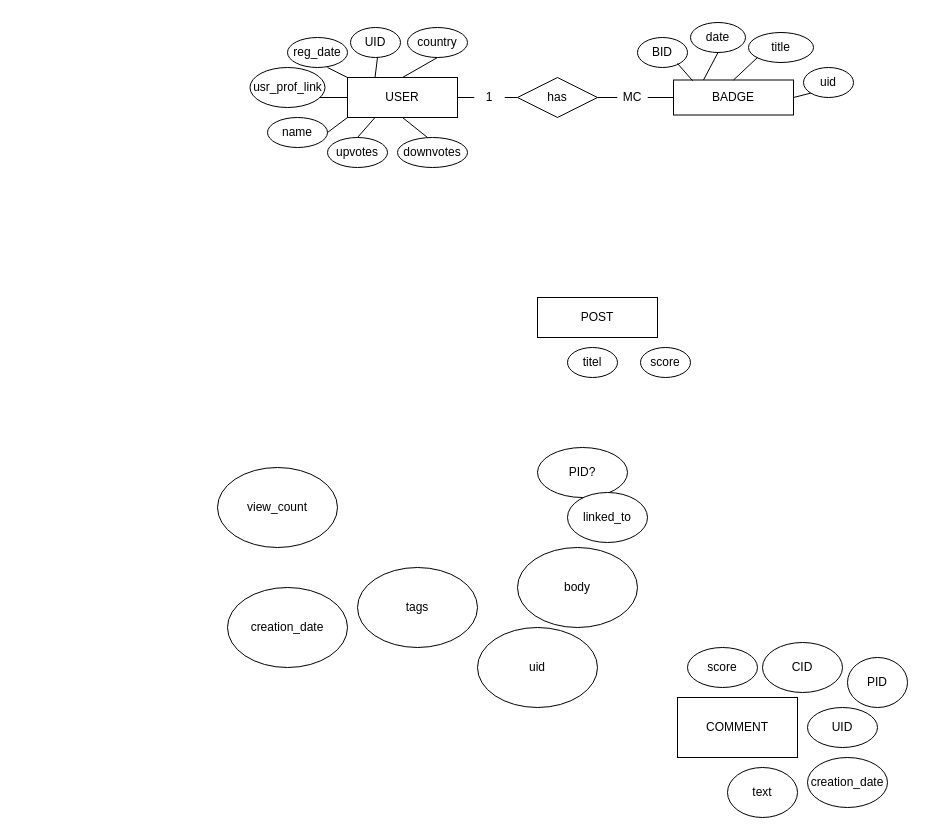
Before: Untitled Diagram.drawio in TrueMage/draw, a draw.io diagram. Source tidied: cells renumbered, new cells numbered last; positions are measured from the earlier drawing's top-left corner, leaving out a move shared by most shapes. Both pictures are drawn from the tidied source at 100%, with x=0, y=0 at pixel (217, 22).
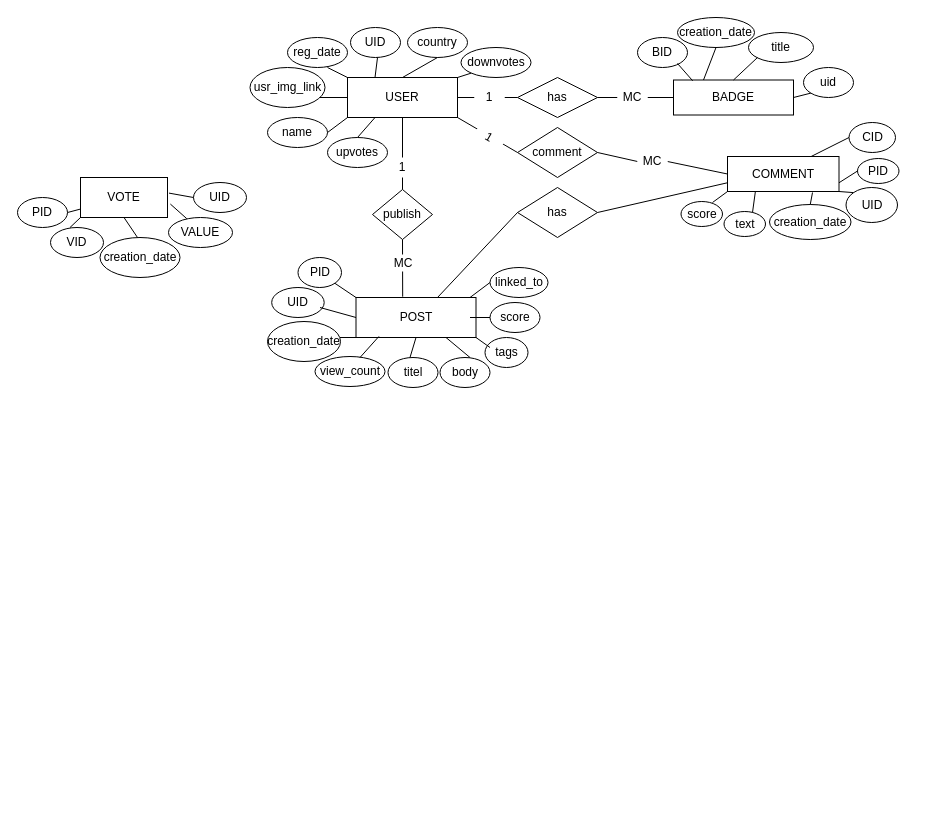
The same diagram, later.

Unchanged cells that the change refers to:
```xml
<mxCell id="2" value="&lt;div&gt;USER&lt;/div&gt;" style="rounded=0;whiteSpace=wrap;html=1;" parent="1" vertex="1">
  <mxGeometry x="130" y="55" width="110" height="40" as="geometry" />
</mxCell>
```

What changed in the source:
```diff
@@
-    <mxCell id="7" value="&lt;div&gt;usr_prof_link&lt;/div&gt;" style="ellipse;whiteSpace=wrap;html=1;" parent="1" vertex="1">
+    <mxCell id="7" value="&lt;div&gt;usr_img_link&lt;/div&gt;" style="ellipse;whiteSpace=wrap;html=1;" parent="1" vertex="1">
       <mxGeometry x="32.5" y="45" width="75" height="40" as="geometry" />
     </mxCell>
@@
     <mxCell id="9" value="downvotes" style="ellipse;whiteSpace=wrap;html=1;" parent="1" vertex="1">
-      <mxGeometry x="180" y="115" width="70" height="30" as="geometry" />
+      <mxGeometry x="243.5" y="25" width="70" height="30" as="geometry" />
     </mxCell>
@@
-    <mxCell id="13" value="date" style="ellipse;whiteSpace=wrap;html=1;" parent="1" vertex="1">
-      <mxGeometry x="473" width="55" height="30" as="geometry" />
+    <mxCell id="13" value="creation_date" style="ellipse;whiteSpace=wrap;html=1;" parent="1" vertex="1">
+      <mxGeometry x="460" y="-5" width="77" height="30" as="geometry" />
     </mxCell>
@@
     <mxCell id="15" value="POST" style="rounded=0;whiteSpace=wrap;html=1;" parent="1" vertex="1">
-      <mxGeometry x="320" y="275" width="120" height="40" as="geometry" />
+      <mxGeometry x="138.5" y="275" width="120" height="40" as="geometry" />
     </mxCell>
-    <mxCell id="16" value="PID?" style="ellipse;whiteSpace=wrap;html=1;" parent="1" vertex="1">
-      <mxGeometry x="320" y="425" width="90" height="50" as="geometry" />
+    <mxCell id="16" value="PID" style="ellipse;whiteSpace=wrap;html=1;" parent="1" vertex="1">
+      <mxGeometry x="80.5" y="235" width="43.5" height="30" as="geometry" />
     </mxCell>
     <mxCell id="17" value="titel" style="ellipse;whiteSpace=wrap;html=1;" parent="1" vertex="1">
-      <mxGeometry x="350" y="325" width="50" height="30" as="geometry" />
+      <mxGeometry x="170.5" y="335" width="50" height="30" as="geometry" />
     </mxCell>
     <mxCell id="18" value="body" style="ellipse;whiteSpace=wrap;html=1;" parent="1" vertex="1">
-      <mxGeometry x="300" y="525" width="120" height="80" as="geometry" />
+      <mxGeometry x="222.5" y="335" width="50" height="30" as="geometry" />
     </mxCell>
     <mxCell id="19" value="tags" style="ellipse;whiteSpace=wrap;html=1;" parent="1" vertex="1">
-      <mxGeometry x="140" y="545" width="120" height="80" as="geometry" />
+      <mxGeometry x="267.5" y="315" width="43" height="30" as="geometry" />
     </mxCell>
     <mxCell id="20" value="view_count" style="ellipse;whiteSpace=wrap;html=1;" parent="1" vertex="1">
-      <mxGeometry y="445" width="120" height="80" as="geometry" />
+      <mxGeometry x="97.5" y="334" width="70" height="30" as="geometry" />
     </mxCell>
     <mxCell id="21" value="creation_date" style="ellipse;whiteSpace=wrap;html=1;" parent="1" vertex="1">
-      <mxGeometry x="10" y="565" width="120" height="80" as="geometry" />
+      <mxGeometry x="50" y="299" width="73" height="40" as="geometry" />
     </mxCell>
     <mxCell id="22" value="score" style="ellipse;whiteSpace=wrap;html=1;" parent="1" vertex="1">
-      <mxGeometry x="423" y="325" width="50" height="30" as="geometry" />
+      <mxGeometry x="272.5" y="280" width="50" height="30" as="geometry" />
     </mxCell>
-    <mxCell id="23" value="uid" style="ellipse;whiteSpace=wrap;html=1;" parent="1" vertex="1">
-      <mxGeometry x="260" y="605" width="120" height="80" as="geometry" />
+    <mxCell id="23" value="UID" style="ellipse;whiteSpace=wrap;html=1;" parent="1" vertex="1">
+      <mxGeometry x="54.2" y="265" width="52.5" height="30" as="geometry" />
     </mxCell>
     <mxCell id="24" value="linked_to" style="ellipse;whiteSpace=wrap;html=1;" parent="1" vertex="1">
-      <mxGeometry x="350" y="470" width="80" height="50" as="geometry" />
+      <mxGeometry x="272.5" y="245" width="58" height="30" as="geometry" />
     </mxCell>
     <mxCell id="25" value="COMMENT" style="rounded=0;whiteSpace=wrap;html=1;" parent="1" vertex="1">
-      <mxGeometry x="460" y="675" width="120" height="60" as="geometry" />
+      <mxGeometry x="510" y="134" width="111.5" height="35" as="geometry" />
     </mxCell>
     <mxCell id="26" value="&lt;div&gt;CID&lt;/div&gt;" style="ellipse;whiteSpace=wrap;html=1;" parent="1" vertex="1">
-      <mxGeometry x="545" y="620" width="80" height="50" as="geometry" />
+      <mxGeometry x="631.5" y="100" width="46.5" height="30" as="geometry" />
     </mxCell>
     <mxCell id="27" value="PID" style="ellipse;whiteSpace=wrap;html=1;" parent="1" vertex="1">
-      <mxGeometry x="630" y="635" width="60" height="50" as="geometry" />
+      <mxGeometry x="640" y="136" width="41.5" height="25" as="geometry" />
     </mxCell>
     <mxCell id="28" value="text" style="ellipse;whiteSpace=wrap;html=1;" parent="1" vertex="1">
-      <mxGeometry x="510" y="745" width="70" height="50" as="geometry" />
+      <mxGeometry x="506.5" y="189" width="41.5" height="25" as="geometry" />
     </mxCell>
     <mxCell id="29" value="UID" style="ellipse;whiteSpace=wrap;html=1;" parent="1" vertex="1">
-      <mxGeometry x="590" y="685" width="70" height="40" as="geometry" />
+      <mxGeometry x="628.5" y="165" width="51.5" height="35" as="geometry" />
     </mxCell>
     <mxCell id="30" value="creation_date" style="ellipse;whiteSpace=wrap;html=1;" parent="1" vertex="1">
-      <mxGeometry x="590" y="735" width="80" height="50" as="geometry" />
+      <mxGeometry x="552" y="182" width="81.5" height="35" as="geometry" />
     </mxCell>
     <mxCell id="31" value="score" style="ellipse;whiteSpace=wrap;html=1;" parent="1" vertex="1">
-      <mxGeometry x="470" y="625" width="70" height="40" as="geometry" />
+      <mxGeometry x="463.5" y="179" width="41.5" height="25" as="geometry" />
     </mxCell>
@@
-    <mxCell id="36" style="endArrow=none;html=1;rounded=0;entryX=0.5;entryY=1;entryDx=0;entryDy=0;" parent="1" edge="1" target="2">
-      <mxGeometry relative="1" as="geometry">
-        <mxPoint x="210" y="115" as="sourcePoint" />
-      </mxGeometry>
-    </mxCell>
@@
+    <mxCell id="50" style="endArrow=none;html=1;rounded=0;entryX=0;entryY=1;entryDx=0;entryDy=0;" parent="1" edge="1" target="9">
+      <mxGeometry relative="1" as="geometry">
+        <mxPoint x="240" y="55" as="sourcePoint" />
+      </mxGeometry>
+    </mxCell>
+    <mxCell id="51" value="publish" style="rhombus;whiteSpace=wrap;html=1;" parent="1" vertex="1">
+      <mxGeometry x="155" y="167" width="60" height="50" as="geometry" />
+    </mxCell>
+    <mxCell id="52" style="endArrow=none;html=1;rounded=0;exitX=0.5;exitY=1;exitDx=0;exitDy=0;entryX=0.389;entryY=-0.02;entryDx=0;entryDy=0;entryPerimeter=0;" parent="1" edge="1" source="51" target="15">
+      <mxGeometry relative="1" as="geometry" />
+    </mxCell>
+    <mxCell id="53" style="endArrow=none;html=1;rounded=0;exitX=0.5;exitY=0;exitDx=0;exitDy=0;entryX=0.5;entryY=1;entryDx=0;entryDy=0;" parent="1" edge="1" source="51" target="2">
+      <mxGeometry relative="1" as="geometry" />
+    </mxCell>
+    <mxCell id="54" style="endArrow=none;html=1;rounded=0;entryX=0;entryY=0;entryDx=0;entryDy=0;exitX=1;exitY=1;exitDx=0;exitDy=0;" parent="1" edge="1" source="16" target="15">
+      <mxGeometry relative="1" as="geometry" />
+    </mxCell>
+    <mxCell id="55" style="endArrow=none;html=1;rounded=0;entryX=0;entryY=0.5;entryDx=0;entryDy=0;" parent="1" edge="1" target="15">
+      <mxGeometry relative="1" as="geometry">
+        <mxPoint x="102.5" y="285" as="sourcePoint" />
+      </mxGeometry>
+    </mxCell>
+    <mxCell id="56" style="endArrow=none;html=1;rounded=0;entryX=0;entryY=1;entryDx=0;entryDy=0;" parent="1" edge="1" target="15">
+      <mxGeometry relative="1" as="geometry">
+        <mxPoint x="122.5" y="315" as="sourcePoint" />
+      </mxGeometry>
+    </mxCell>
+    <mxCell id="57" style="endArrow=none;html=1;rounded=0;entryX=0.191;entryY=0.973;entryDx=0;entryDy=0;entryPerimeter=0;" parent="1" edge="1" target="15">
+      <mxGeometry relative="1" as="geometry">
+        <mxPoint x="142.5" y="335" as="sourcePoint" />
+      </mxGeometry>
+    </mxCell>
+    <mxCell id="58" style="endArrow=none;html=1;rounded=0;entryX=0.5;entryY=1;entryDx=0;entryDy=0;" parent="1" edge="1" target="15">
+      <mxGeometry relative="1" as="geometry">
+        <mxPoint x="192.5" y="335" as="sourcePoint" />
+      </mxGeometry>
+    </mxCell>
+    <mxCell id="59" style="endArrow=none;html=1;rounded=0;entryX=0.75;entryY=1;entryDx=0;entryDy=0;" parent="1" edge="1" target="15">
+      <mxGeometry relative="1" as="geometry">
+        <mxPoint x="252.5" y="335" as="sourcePoint" />
+      </mxGeometry>
+    </mxCell>
+    <mxCell id="60" style="endArrow=none;html=1;rounded=0;entryX=1;entryY=1;entryDx=0;entryDy=0;" parent="1" edge="1" target="15">
+      <mxGeometry relative="1" as="geometry">
+        <mxPoint x="272.5" y="325" as="sourcePoint" />
+      </mxGeometry>
+    </mxCell>
+    <mxCell id="61" style="endArrow=none;html=1;rounded=0;entryX=0;entryY=0.5;entryDx=0;entryDy=0;" parent="1" edge="1" target="24">
+      <mxGeometry relative="1" as="geometry">
+        <mxPoint x="252.5" y="275" as="sourcePoint" />
+      </mxGeometry>
+    </mxCell>
+    <mxCell id="62" style="endArrow=none;html=1;rounded=0;entryX=0;entryY=0.5;entryDx=0;entryDy=0;" parent="1" edge="1" target="22">
+      <mxGeometry relative="1" as="geometry">
+        <mxPoint x="252.5" y="295" as="sourcePoint" />
+      </mxGeometry>
+    </mxCell>
+    <mxCell id="63" style="endArrow=none;html=1;rounded=0;entryX=0;entryY=1;entryDx=0;entryDy=0;" parent="1" edge="1" target="25">
+      <mxGeometry relative="1" as="geometry">
+        <mxPoint x="495" y="180" as="sourcePoint" />
+      </mxGeometry>
+    </mxCell>
+    <mxCell id="64" style="endArrow=none;html=1;rounded=0;entryX=0.25;entryY=1;entryDx=0;entryDy=0;" parent="1" edge="1" target="25">
+      <mxGeometry relative="1" as="geometry">
+        <mxPoint x="535" y="190" as="sourcePoint" />
+      </mxGeometry>
+    </mxCell>
+    <mxCell id="65" style="endArrow=none;html=1;rounded=0;entryX=0.75;entryY=0;entryDx=0;entryDy=0;exitX=0;exitY=0.5;exitDx=0;exitDy=0;" parent="1" edge="1" source="26" target="25">
+      <mxGeometry relative="1" as="geometry" />
+    </mxCell>
+    <mxCell id="66" style="endArrow=none;html=1;rounded=0;entryX=0;entryY=0.5;entryDx=0;entryDy=0;exitX=1;exitY=0.75;exitDx=0;exitDy=0;" parent="1" edge="1" source="25" target="27">
+      <mxGeometry relative="1" as="geometry" />
+    </mxCell>
+    <mxCell id="67" style="endArrow=none;html=1;rounded=0;entryX=1;entryY=1;entryDx=0;entryDy=0;exitX=0;exitY=0;exitDx=0;exitDy=0;" parent="1" edge="1" source="29" target="25">
+      <mxGeometry relative="1" as="geometry" />
+    </mxCell>
+    <mxCell id="68" style="endArrow=none;html=1;rounded=0;exitX=0.5;exitY=0;exitDx=0;exitDy=0;" parent="1" edge="1" source="30">
+      <mxGeometry relative="1" as="geometry">
+        <mxPoint x="595" y="170" as="targetPoint" />
+      </mxGeometry>
+    </mxCell>
+    <mxCell id="69" value="VOTE" style="rounded=0;whiteSpace=wrap;html=1;" parent="1" vertex="1">
+      <mxGeometry x="-137" y="155" width="87" height="40" as="geometry" />
+    </mxCell>
+    <mxCell id="70" value="VALUE" style="ellipse;whiteSpace=wrap;html=1;" parent="1" vertex="1">
+      <mxGeometry x="-49" y="195" width="64" height="30" as="geometry" />
+    </mxCell>
+    <mxCell id="71" value="PID" style="ellipse;whiteSpace=wrap;html=1;" parent="1" vertex="1">
+      <mxGeometry x="-200" y="175" width="50" height="30" as="geometry" />
+    </mxCell>
+    <mxCell id="72" value="UID" style="ellipse;whiteSpace=wrap;html=1;" parent="1" vertex="1">
+      <mxGeometry x="-24" y="160" width="53" height="30" as="geometry" />
+    </mxCell>
+    <mxCell id="73" value="VID" style="ellipse;whiteSpace=wrap;html=1;" parent="1" vertex="1">
+      <mxGeometry x="-167" y="205" width="53" height="30" as="geometry" />
+    </mxCell>
+    <mxCell id="74" value="creation_date" style="ellipse;whiteSpace=wrap;html=1;" parent="1" vertex="1">
+      <mxGeometry x="-117.5" y="215" width="80" height="40" as="geometry" />
+    </mxCell>
+    <mxCell id="75" style="endArrow=none;html=1;rounded=0;entryX=0.5;entryY=1;entryDx=0;entryDy=0;" parent="1" edge="1" target="69">
+      <mxGeometry relative="1" as="geometry">
+        <mxPoint x="-80" y="215" as="sourcePoint" />
+      </mxGeometry>
+    </mxCell>
+    <mxCell id="76" style="endArrow=none;html=1;rounded=0;entryX=1.017;entryY=0.39;entryDx=0;entryDy=0;entryPerimeter=0;exitX=0;exitY=0.5;exitDx=0;exitDy=0;" parent="1" edge="1" source="72" target="69">
+      <mxGeometry relative="1" as="geometry" />
+    </mxCell>
+    <mxCell id="77" style="endArrow=none;html=1;rounded=0;entryX=1.033;entryY=0.664;entryDx=0;entryDy=0;entryPerimeter=0;exitX=0.286;exitY=0.04;exitDx=0;exitDy=0;exitPerimeter=0;" parent="1" edge="1" source="70" target="69">
+      <mxGeometry relative="1" as="geometry" />
+    </mxCell>
+    <mxCell id="78" style="endArrow=none;html=1;rounded=0;exitX=1;exitY=0.5;exitDx=0;exitDy=0;" parent="1" edge="1" source="71" target="69">
+      <mxGeometry relative="1" as="geometry" />
+    </mxCell>
+    <mxCell id="79" style="endArrow=none;html=1;rounded=0;entryX=0;entryY=1;entryDx=0;entryDy=0;" parent="1" edge="1" target="69">
+      <mxGeometry relative="1" as="geometry">
+        <mxPoint x="-147.5" y="205" as="sourcePoint" />
+      </mxGeometry>
+    </mxCell>
+    <mxCell id="80" value="1" style="text;html=1;align=center;verticalAlign=middle;whiteSpace=wrap;rounded=0;fillColor=default;fillStyle=solid;" parent="1" vertex="1">
+      <mxGeometry x="170" y="135" width="30" height="20" as="geometry" />
+    </mxCell>
+    <mxCell id="81" value="MC" style="text;html=1;align=center;verticalAlign=middle;whiteSpace=wrap;rounded=0;fillColor=default;fillStyle=solid;" parent="1" vertex="1">
+      <mxGeometry x="170.5" y="232" width="30" height="17" as="geometry" />
+    </mxCell>
+    <mxCell id="82" style="endArrow=none;html=1;rounded=0;entryX=0;entryY=0.5;entryDx=0;entryDy=0;exitX=1;exitY=1;exitDx=0;exitDy=0;" parent="1" edge="1" source="2" target="83">
+      <mxGeometry relative="1" as="geometry" />
+    </mxCell>
+    <mxCell id="83" value="comment" style="rhombus;whiteSpace=wrap;html=1;" parent="1" vertex="1">
+      <mxGeometry x="300" y="105" width="80" height="50" as="geometry" />
+    </mxCell>
+    <mxCell id="84" style="endArrow=none;html=1;rounded=0;entryX=0;entryY=0.5;entryDx=0;entryDy=0;exitX=1;exitY=0.5;exitDx=0;exitDy=0;" parent="1" edge="1" source="90" target="25">
+      <mxGeometry relative="1" as="geometry" />
+    </mxCell>
+    <mxCell id="85" style="endArrow=none;html=1;rounded=0;entryX=0;entryY=0.75;entryDx=0;entryDy=0;exitX=1;exitY=0.5;exitDx=0;exitDy=0;" parent="1" edge="1" source="86" target="25">
+      <mxGeometry relative="1" as="geometry" />
+    </mxCell>
+    <mxCell id="86" value="has" style="rhombus;whiteSpace=wrap;html=1;" parent="1" vertex="1">
+      <mxGeometry x="300" y="165" width="80" height="50" as="geometry" />
+    </mxCell>
+    <mxCell id="87" style="endArrow=none;html=1;rounded=0;entryX=0;entryY=0.5;entryDx=0;entryDy=0;" parent="1" edge="1" target="86">
+      <mxGeometry relative="1" as="geometry">
+        <mxPoint x="220" y="275" as="sourcePoint" />
+      </mxGeometry>
+    </mxCell>
+    <mxCell id="88" value="1" style="text;html=1;align=center;verticalAlign=middle;whiteSpace=wrap;rounded=0;fillColor=default;fillStyle=solid;rotation=30;" parent="1" vertex="1">
+      <mxGeometry x="257" y="110" width="30" height="10" as="geometry" />
+    </mxCell>
+    <mxCell id="89" style="endArrow=none;html=1;rounded=0;entryX=0;entryY=0.5;entryDx=0;entryDy=0;exitX=1;exitY=0.5;exitDx=0;exitDy=0;" parent="1" edge="1" source="83" target="90">
+      <mxGeometry relative="1" as="geometry" />
+    </mxCell>
+    <mxCell id="90" value="MC" style="text;html=1;align=center;verticalAlign=middle;whiteSpace=wrap;rounded=0;fillColor=default;fillStyle=solid;" parent="1" vertex="1">
+      <mxGeometry x="420" y="134" width="30" height="10" as="geometry" />
+    </mxCell>
```
